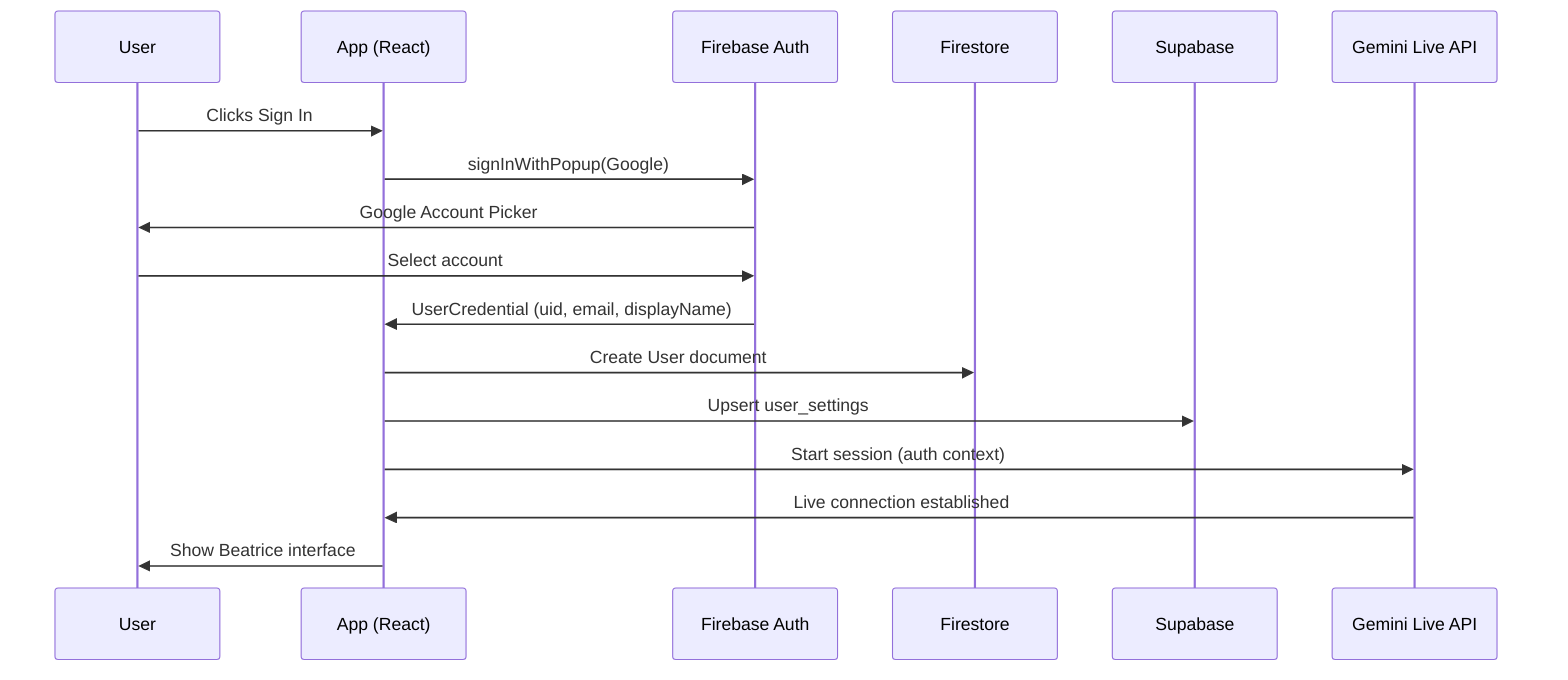
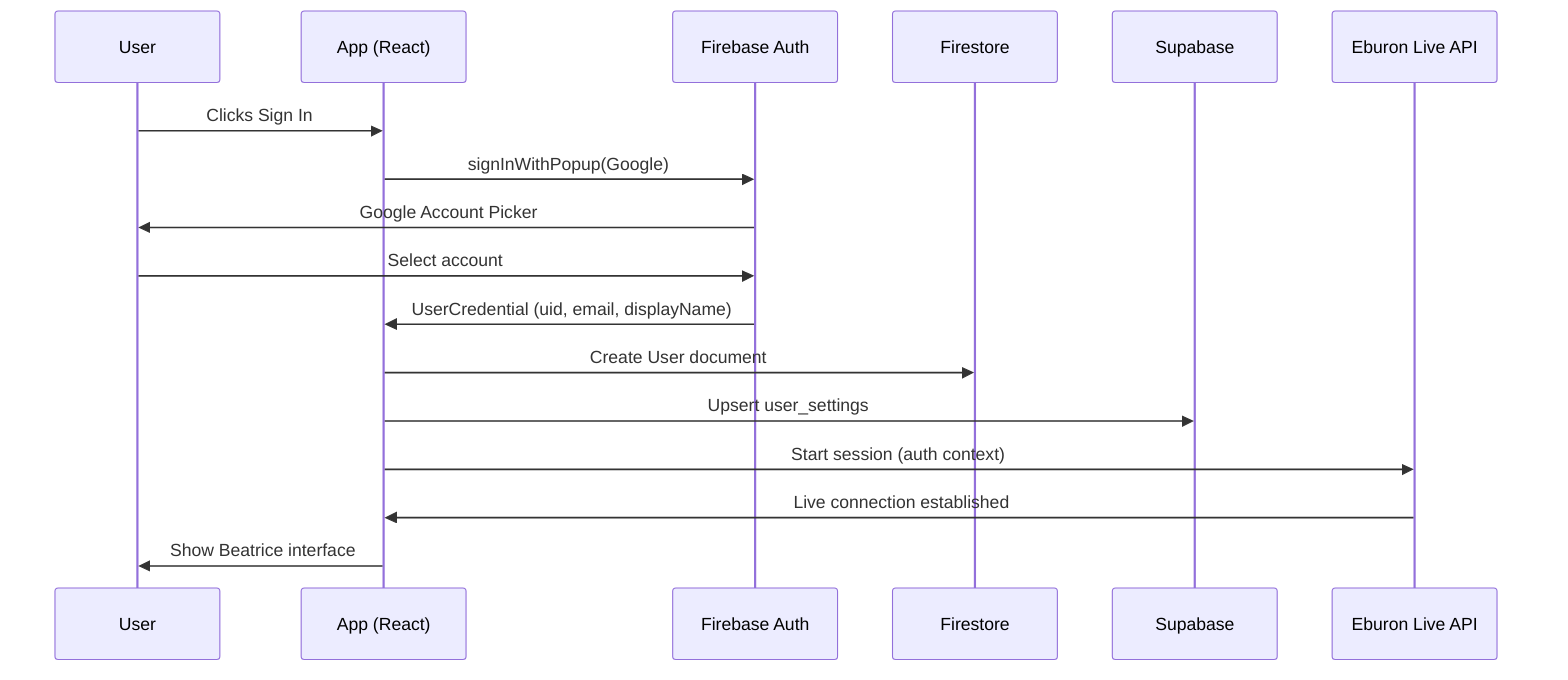
sequenceDiagram
    participant U as User
    participant FE as App (React)
    participant FA as Firebase Auth
    participant FS as Firestore
    participant SB as Supabase
-     participant GL as Gemini Live API
+     participant GL as Eburon Live API

    U->>FE: Clicks Sign In
    FE->>FA: signInWithPopup(Google)
    FA->>U: Google Account Picker
    U->>FA: Select account
    FA->>FE: UserCredential (uid, email, displayName)
    FE->>FS: Create User document
    FE->>SB: Upsert user_settings
    FE->>GL: Start session (auth context)
    GL->>FE: Live connection established
    FE->>U: Show Beatrice interface
